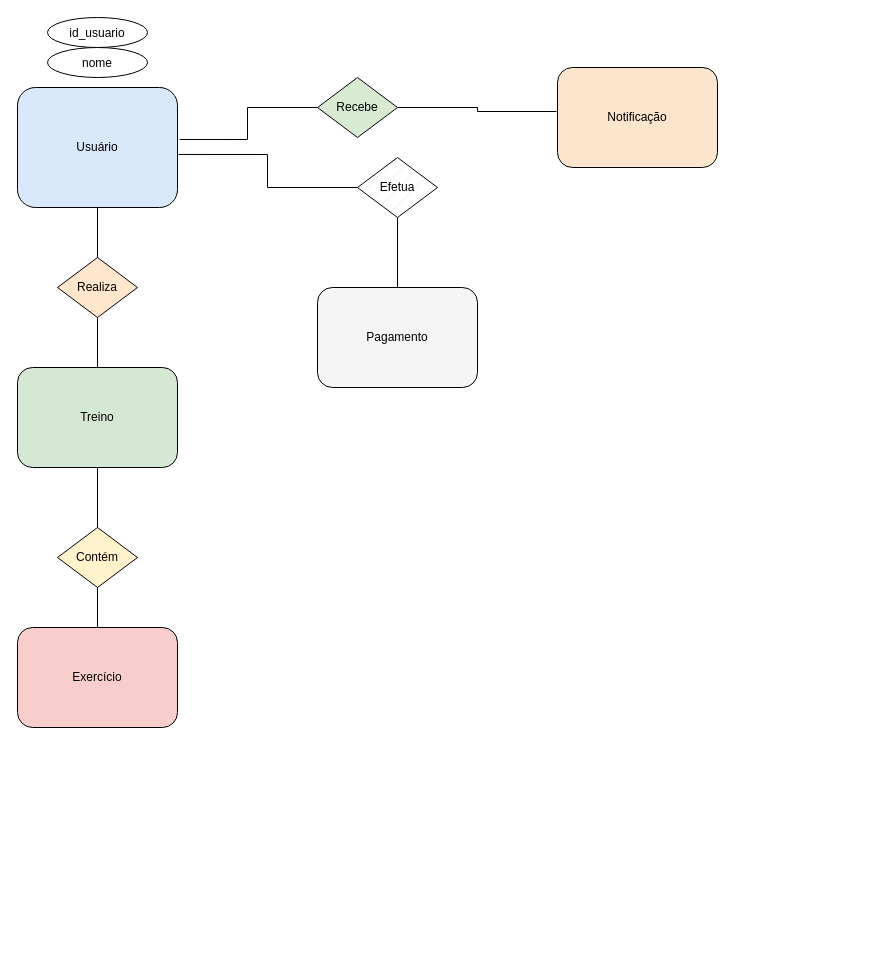
Earlier version of the draw.io diagram Banco de Dados/Projeto Final/tabela.drawio (c3l1nn23/Curso_Modulo_4). Source tidied: cells renumbered, new cells numbered last; positions are measured from the earlier drawing's top-left corner, leaving out a move shared by most shapes. Both pictures are drawn from the tidied source at 100%, with x=0, y=0 at pixel (17, 17).
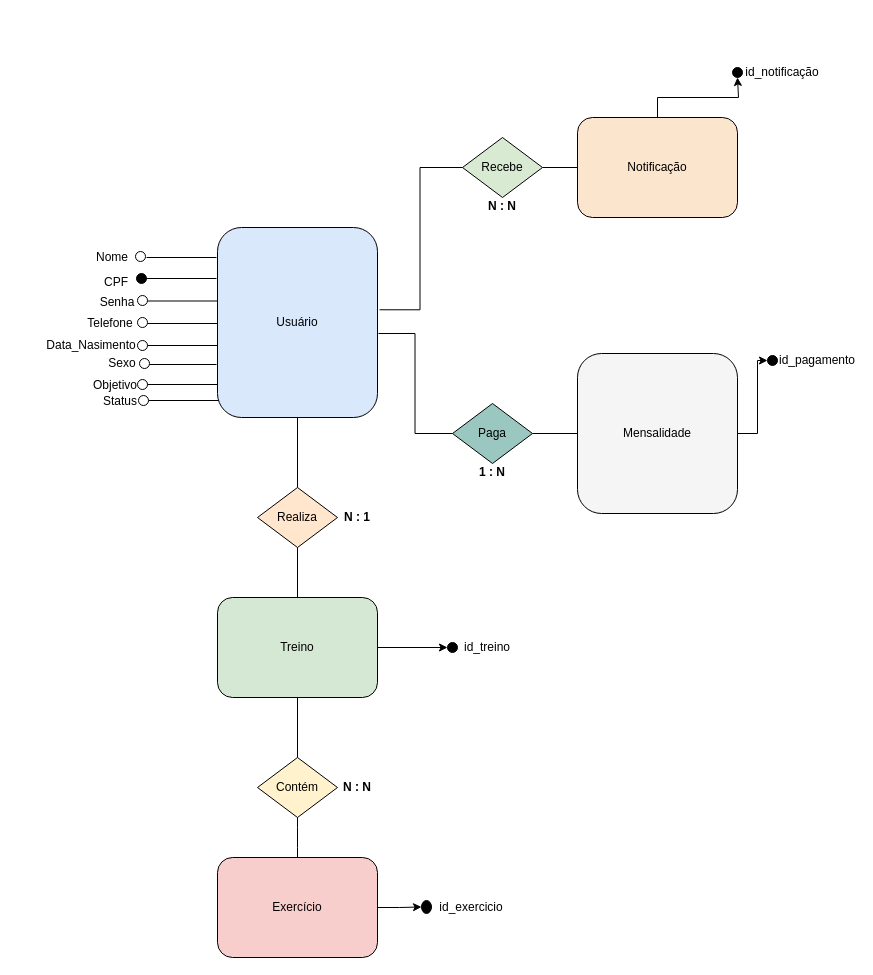
The same diagram, later.

The edit, as a diff of the source:
```diff
@@
     <mxCell id="2" value="Usuário" style="shape=rectangle;whiteSpace=wrap;rounded=1;fillColor=#dae8fc;" parent="1" vertex="1">
-      <mxGeometry y="70" width="160" height="120" as="geometry" />
+      <mxGeometry x="200" y="210" width="160" height="190" as="geometry" />
     </mxCell>
-    <mxCell id="3" value="id_usuario" style="ellipse;fillColor=#ffffff;" parent="1" vertex="1">
-      <mxGeometry x="30" width="100" height="30" as="geometry" />
-    </mxCell>
-    <mxCell id="4" value="nome" style="ellipse;fillColor=#ffffff;" parent="1" vertex="1">
-      <mxGeometry x="30" y="30" width="100" height="30" as="geometry" />
-    </mxCell>
     <mxCell id="5" value="Realiza" style="rhombus;whiteSpace=wrap;fillColor=#ffe6cc;" parent="1" vertex="1">
-      <mxGeometry x="40" y="240" width="80" height="60" as="geometry" />
+      <mxGeometry x="240" y="470" width="80" height="60" as="geometry" />
     </mxCell>
+    <mxCell id="21" style="edgeStyle=orthogonalEdgeStyle;rounded=0;jettySize=auto;html=1;entryX=0;entryY=0.5;entryDx=0;entryDy=0;fontFamily=Helvetica;fontSize=12;fontColor=default;" parent="1" edge="1" source="6" target="57">
+      <mxGeometry relative="1" as="geometry" />
+    </mxCell>
     <mxCell id="6" value="Treino" style="shape=rectangle;whiteSpace=wrap;rounded=1;fillColor=#d5e8d4;" parent="1" vertex="1">
-      <mxGeometry y="350" width="160" height="100" as="geometry" />
+      <mxGeometry x="200" y="580" width="160" height="100" as="geometry" />
     </mxCell>
     <mxCell id="7" value="Contém" style="rhombus;whiteSpace=wrap;fillColor=#fff2cc;" parent="1" vertex="1">
-      <mxGeometry x="40" y="510" width="80" height="60" as="geometry" />
+      <mxGeometry x="240" y="740" width="80" height="60" as="geometry" />
     </mxCell>
+    <mxCell id="22" style="edgeStyle=orthogonalEdgeStyle;rounded=0;jettySize=auto;html=1;entryX=0;entryY=0.5;entryDx=0;entryDy=0;fontFamily=Helvetica;fontSize=12;fontColor=default;" parent="1" edge="1" source="8" target="59">
+      <mxGeometry relative="1" as="geometry" />
+    </mxCell>
     <mxCell id="8" value="Exercício" style="shape=rectangle;whiteSpace=wrap;rounded=1;fillColor=#f8cecc;" parent="1" vertex="1">
-      <mxGeometry y="610" width="160" height="100" as="geometry" />
+      <mxGeometry x="200" y="840" width="160" height="100" as="geometry" />
     </mxCell>
+    <mxCell id="23" style="edgeStyle=orthogonalEdgeStyle;rounded=0;jettySize=auto;html=1;entryX=0;entryY=0.5;entryDx=0;entryDy=0;fontFamily=Helvetica;fontSize=12;fontColor=default;" parent="1" edge="1" source="9" target="55">
+      <mxGeometry relative="1" as="geometry" />
+    </mxCell>
-    <mxCell id="9" value="Pagamento" style="shape=rectangle;whiteSpace=wrap;rounded=1;fillColor=#f5f5f5;" parent="1" vertex="1">
-      <mxGeometry x="300" y="270" width="160" height="100" as="geometry" />
+    <mxCell id="9" value="Mensalidade" style="shape=rectangle;whiteSpace=wrap;rounded=1;fillColor=#f5f5f5;" parent="1" vertex="1">
+      <mxGeometry x="560" y="336" width="160" height="160" as="geometry" />
     </mxCell>
@@
-    <mxCell id="11" value="Efetua" style="rhombus;whiteSpace=wrap;fillColor=#e6f0ff;fillStyle=hatch;" parent="1" vertex="1">
-      <mxGeometry x="340" y="140" width="80" height="60" as="geometry" />
-    </mxCell>
+    <mxCell id="24" style="edgeStyle=orthogonalEdgeStyle;rounded=0;jettySize=auto;html=1;fontFamily=Helvetica;fontSize=12;fontColor=default;" parent="1" edge="1" source="12">
+      <mxGeometry relative="1" as="geometry">
+        <mxPoint x="720" y="60" as="targetPoint" />
+        <Array as="points">
+          <mxPoint x="640" y="80" />
+          <mxPoint x="721" y="80" />
+        </Array>
+      </mxGeometry>
+    </mxCell>
     <mxCell id="12" value="Notificação" style="shape=rectangle;whiteSpace=wrap;rounded=1;fillColor=#fce5cd;" parent="1" vertex="1">
-      <mxGeometry x="540" y="50" width="160" height="100" as="geometry" />
+      <mxGeometry x="560" y="100" width="160" height="100" as="geometry" />
     </mxCell>
+    <mxCell id="20" style="edgeStyle=orthogonalEdgeStyle;rounded=0;jettySize=auto;html=1;endArrow=none;endFill=0;" parent="1" edge="1" source="13" target="12">
+      <mxGeometry relative="1" as="geometry" />
+    </mxCell>
     <mxCell id="13" value="Recebe" style="rhombus;whiteSpace=wrap;fillColor=#d9ead3;" parent="1" vertex="1">
-      <mxGeometry x="300" y="60" width="80" height="60" as="geometry" />
+      <mxGeometry x="445" y="120" width="80" height="60" as="geometry" />
     </mxCell>
@@
-    <mxCell id="17" style="edgeStyle=orthogonalEdgeStyle;endArrow=none;endFill=0;" parent="1" edge="1" source="7" target="8">
-      <mxGeometry relative="1" as="geometry" />
+    <mxCell id="17" style="edgeStyle=orthogonalEdgeStyle;endArrow=none;endFill=0;" parent="1" edge="1" source="7">
+      <mxGeometry relative="1" as="geometry">
+        <mxPoint x="280" y="840" as="targetPoint" />
+      </mxGeometry>
     </mxCell>
@@
-    <mxCell id="20" style="endArrow=none;html=1;rounded=0;exitX=1;exitY=0.5;exitDx=0;exitDy=0;entryX=-0.006;entryY=0.44;entryDx=0;entryDy=0;entryPerimeter=0;edgeStyle=orthogonalEdgeStyle;" parent="1" edge="1" source="13" target="12">
-      <mxGeometry relative="1" as="geometry" />
-    </mxCell>
+    <mxCell id="25" value="&lt;b&gt;N : N&lt;/b&gt;" style="text;strokeColor=none;align=center;fillColor=none;html=1;verticalAlign=middle;whiteSpace=wrap;rounded=0;fontFamily=Helvetica;fontSize=12;fontColor=default;" parent="1" vertex="1">
+      <mxGeometry x="455" y="174" width="60" height="30" as="geometry" />
+    </mxCell>
+    <mxCell id="26" value="&lt;b&gt;1 : N&lt;/b&gt;" style="text;strokeColor=none;align=center;fillColor=none;html=1;verticalAlign=middle;whiteSpace=wrap;rounded=0;fontFamily=Helvetica;fontSize=12;fontColor=default;" parent="1" vertex="1">
+      <mxGeometry x="445" y="440" width="60" height="30" as="geometry" />
+    </mxCell>
+    <mxCell id="27" value="&lt;b&gt;N : 1&lt;/b&gt;" style="text;strokeColor=none;align=center;fillColor=none;html=1;verticalAlign=middle;whiteSpace=wrap;rounded=0;fontFamily=Helvetica;fontSize=12;fontColor=default;" parent="1" vertex="1">
+      <mxGeometry x="310" y="485" width="60" height="30" as="geometry" />
+    </mxCell>
+    <mxCell id="28" value="&lt;b&gt;N : N&lt;/b&gt;" style="text;strokeColor=none;align=center;fillColor=none;html=1;verticalAlign=middle;whiteSpace=wrap;rounded=0;fontFamily=Helvetica;fontSize=12;fontColor=default;" parent="1" vertex="1">
+      <mxGeometry x="310" y="755" width="60" height="30" as="geometry" />
+    </mxCell>
+    <mxCell id="11" value="Paga" style="rhombus;whiteSpace=wrap;fillStyle=solid;labelBackgroundColor=none;fillColor=light-dark(#9AC7BF,#EDEDED);" parent="1" vertex="1">
+      <mxGeometry x="435" y="386" width="80" height="60" as="geometry" />
+    </mxCell>
+    <mxCell id="29" style="endArrow=none;html=1;rounded=0;fontFamily=Helvetica;fontSize=12;fontColor=default;" parent="1" edge="1">
+      <mxGeometry relative="1" as="geometry">
+        <mxPoint x="129" y="240" as="sourcePoint" />
+        <mxPoint x="199" y="240" as="targetPoint" />
+      </mxGeometry>
+    </mxCell>
+    <mxCell id="30" style="ellipse;whiteSpace=wrap;html=1;rounded=1;strokeColor=default;align=center;verticalAlign=middle;fontFamily=Helvetica;fontSize=12;fontColor=default;fillColor=none;" parent="1" vertex="1">
+      <mxGeometry x="118" y="234" width="10" height="10" as="geometry" />
+    </mxCell>
+    <mxCell id="31" style="ellipse;whiteSpace=wrap;html=1;rounded=1;strokeColor=default;align=center;verticalAlign=middle;fontFamily=Helvetica;fontSize=12;fontColor=default;fillColor=#000000;" parent="1" vertex="1">
+      <mxGeometry x="119" y="256" width="10" height="10" as="geometry" />
+    </mxCell>
+    <mxCell id="32" value="Nome" style="text;strokeColor=none;align=center;fillColor=none;html=1;verticalAlign=middle;whiteSpace=wrap;rounded=0;fontFamily=Helvetica;fontSize=12;fontColor=default;" parent="1" vertex="1">
+      <mxGeometry x="70" y="230" width="50" height="20" as="geometry" />
+    </mxCell>
+    <mxCell id="33" style="endArrow=none;html=1;rounded=0;fontFamily=Helvetica;fontSize=12;fontColor=default;" parent="1" edge="1">
+      <mxGeometry relative="1" as="geometry">
+        <mxPoint x="129" y="261" as="sourcePoint" />
+        <mxPoint x="199" y="261" as="targetPoint" />
+      </mxGeometry>
+    </mxCell>
+    <mxCell id="34" value="CPF" style="text;strokeColor=none;align=center;fillColor=none;html=1;verticalAlign=middle;whiteSpace=wrap;rounded=0;fontFamily=Helvetica;fontSize=12;fontColor=default;" parent="1" vertex="1">
+      <mxGeometry x="84" y="255" width="30" height="20" as="geometry" />
+    </mxCell>
+    <mxCell id="35" style="endArrow=none;html=1;rounded=0;fontFamily=Helvetica;fontSize=12;fontColor=default;" parent="1" edge="1">
+      <mxGeometry relative="1" as="geometry">
+        <mxPoint x="130" y="283.5" as="sourcePoint" />
+        <mxPoint x="200" y="283.5" as="targetPoint" />
+      </mxGeometry>
+    </mxCell>
+    <mxCell id="36" style="ellipse;whiteSpace=wrap;html=1;rounded=1;strokeColor=default;align=center;verticalAlign=middle;fontFamily=Helvetica;fontSize=12;fontColor=default;fillColor=none;" parent="1" vertex="1">
+      <mxGeometry x="120" y="278" width="10" height="10" as="geometry" />
+    </mxCell>
+    <mxCell id="37" value="Senha" style="text;strokeColor=none;align=center;fillColor=none;html=1;verticalAlign=middle;whiteSpace=wrap;rounded=0;fontFamily=Helvetica;fontSize=12;fontColor=default;" parent="1" vertex="1">
+      <mxGeometry x="70" y="270" width="60" height="30" as="geometry" />
+    </mxCell>
+    <mxCell id="38" style="endArrow=none;html=1;rounded=0;fontFamily=Helvetica;fontSize=12;fontColor=default;" parent="1" edge="1">
+      <mxGeometry relative="1" as="geometry">
+        <mxPoint x="130" y="306" as="sourcePoint" />
+        <mxPoint x="200" y="306" as="targetPoint" />
+      </mxGeometry>
+    </mxCell>
+    <mxCell id="39" style="ellipse;whiteSpace=wrap;html=1;rounded=1;strokeColor=default;align=center;verticalAlign=middle;fontFamily=Helvetica;fontSize=12;fontColor=default;fillColor=none;" parent="1" vertex="1">
+      <mxGeometry x="120" y="300" width="10" height="10" as="geometry" />
+    </mxCell>
+    <mxCell id="40" value="Telefone" style="text;strokeColor=none;align=center;fillColor=none;html=1;verticalAlign=middle;whiteSpace=wrap;rounded=0;fontFamily=Helvetica;fontSize=12;fontColor=default;" parent="1" vertex="1">
+      <mxGeometry x="63" y="291" width="60" height="30" as="geometry" />
+    </mxCell>
+    <mxCell id="41" value="Data_Nasimento" style="text;strokeColor=none;align=center;fillColor=none;html=1;verticalAlign=middle;whiteSpace=wrap;rounded=0;fontFamily=Helvetica;fontSize=12;fontColor=default;" parent="1" vertex="1">
+      <mxGeometry x="44" y="313" width="60" height="30" as="geometry" />
+    </mxCell>
+    <mxCell id="42" style="endArrow=none;html=1;rounded=0;fontFamily=Helvetica;fontSize=12;fontColor=default;" parent="1" edge="1">
+      <mxGeometry relative="1" as="geometry">
+        <mxPoint x="130" y="328" as="sourcePoint" />
+        <mxPoint x="200" y="328" as="targetPoint" />
+      </mxGeometry>
+    </mxCell>
+    <mxCell id="43" style="ellipse;whiteSpace=wrap;html=1;rounded=1;strokeColor=default;align=center;verticalAlign=middle;fontFamily=Helvetica;fontSize=12;fontColor=default;fillColor=none;" parent="1" vertex="1">
+      <mxGeometry x="120" y="323" width="10" height="10" as="geometry" />
+    </mxCell>
+    <mxCell id="44" style="ellipse;whiteSpace=wrap;html=1;rounded=1;strokeColor=default;align=center;verticalAlign=middle;fontFamily=Helvetica;fontSize=12;fontColor=default;fillColor=none;" parent="1" vertex="1">
+      <mxGeometry x="121" y="378" width="10" height="10" as="geometry" />
+    </mxCell>
+    <mxCell id="45" style="ellipse;whiteSpace=wrap;html=1;rounded=1;strokeColor=default;align=center;verticalAlign=middle;fontFamily=Helvetica;fontSize=12;fontColor=default;fillColor=none;" parent="1" vertex="1">
+      <mxGeometry x="122" y="341" width="10" height="10" as="geometry" />
+    </mxCell>
+    <mxCell id="46" style="ellipse;whiteSpace=wrap;html=1;rounded=1;strokeColor=default;align=center;verticalAlign=middle;fontFamily=Helvetica;fontSize=12;fontColor=default;fillColor=none;" parent="1" vertex="1">
+      <mxGeometry x="120" y="362" width="10" height="10" as="geometry" />
+    </mxCell>
+    <mxCell id="47" style="endArrow=none;html=1;rounded=0;fontFamily=Helvetica;fontSize=12;fontColor=default;" parent="1" edge="1">
+      <mxGeometry relative="1" as="geometry">
+        <mxPoint x="132" y="347" as="sourcePoint" />
+        <mxPoint x="199" y="347" as="targetPoint" />
+      </mxGeometry>
+    </mxCell>
+    <mxCell id="48" style="endArrow=none;html=1;rounded=0;fontFamily=Helvetica;fontSize=12;fontColor=default;" parent="1" edge="1">
+      <mxGeometry relative="1" as="geometry">
+        <mxPoint x="130" y="367" as="sourcePoint" />
+        <mxPoint x="200" y="367" as="targetPoint" />
+      </mxGeometry>
+    </mxCell>
+    <mxCell id="49" style="endArrow=none;html=1;rounded=0;fontFamily=Helvetica;fontSize=12;fontColor=default;" parent="1" edge="1">
+      <mxGeometry relative="1" as="geometry">
+        <mxPoint x="131" y="383" as="sourcePoint" />
+        <mxPoint x="201" y="383" as="targetPoint" />
+      </mxGeometry>
+    </mxCell>
+    <mxCell id="50" value="Sexo" style="text;strokeColor=none;align=center;fillColor=none;html=1;verticalAlign=middle;whiteSpace=wrap;rounded=0;fontFamily=Helvetica;fontSize=12;fontColor=default;" parent="1" vertex="1">
+      <mxGeometry x="85" y="336" width="40" height="20" as="geometry" />
+    </mxCell>
+    <mxCell id="51" value="Objetivo" style="text;strokeColor=none;align=center;fillColor=none;html=1;verticalAlign=middle;whiteSpace=wrap;rounded=0;fontFamily=Helvetica;fontSize=12;fontColor=default;" parent="1" vertex="1">
+      <mxGeometry x="78" y="358" width="40" height="20" as="geometry" />
+    </mxCell>
+    <mxCell id="52" value="Status" style="text;strokeColor=none;align=center;fillColor=none;html=1;verticalAlign=middle;whiteSpace=wrap;rounded=0;fontFamily=Helvetica;fontSize=12;fontColor=default;" parent="1" vertex="1">
+      <mxGeometry x="83" y="374" width="40" height="20" as="geometry" />
+    </mxCell>
+    <mxCell id="53" style="ellipse;whiteSpace=wrap;html=1;rounded=1;strokeColor=default;align=center;verticalAlign=middle;fontFamily=Helvetica;fontSize=12;fontColor=default;fillColor=#000000;" parent="1" vertex="1">
+      <mxGeometry x="715" y="50" width="10" height="10" as="geometry" />
+    </mxCell>
+    <mxCell id="54" value="id_notificação" style="text;strokeColor=none;align=center;fillColor=none;html=1;verticalAlign=middle;whiteSpace=wrap;rounded=0;fontFamily=Helvetica;fontSize=12;fontColor=default;" parent="1" vertex="1">
+      <mxGeometry x="750" y="45" width="30" height="20" as="geometry" />
+    </mxCell>
+    <mxCell id="55" style="ellipse;whiteSpace=wrap;html=1;rounded=1;strokeColor=default;align=center;verticalAlign=middle;fontFamily=Helvetica;fontSize=12;fontColor=default;fillColor=#000000;" parent="1" vertex="1">
+      <mxGeometry x="750" y="338" width="10" height="10" as="geometry" />
+    </mxCell>
+    <mxCell id="56" value="id_pagamento&lt;div&gt;&lt;br&gt;&lt;/div&gt;" style="text;strokeColor=none;align=center;fillColor=none;html=1;verticalAlign=middle;whiteSpace=wrap;rounded=0;fontFamily=Helvetica;fontSize=12;fontColor=default;" parent="1" vertex="1">
+      <mxGeometry x="785" y="340" width="30" height="20" as="geometry" />
+    </mxCell>
+    <mxCell id="57" style="ellipse;whiteSpace=wrap;html=1;rounded=1;strokeColor=default;align=center;verticalAlign=middle;fontFamily=Helvetica;fontSize=12;fontColor=default;fillColor=#000000;" parent="1" vertex="1">
+      <mxGeometry x="430" y="625" width="10" height="10" as="geometry" />
+    </mxCell>
+    <mxCell id="58" value="id_treino" style="text;strokeColor=none;align=center;fillColor=none;html=1;verticalAlign=middle;whiteSpace=wrap;rounded=0;fontFamily=Helvetica;fontSize=12;fontColor=default;" parent="1" vertex="1">
+      <mxGeometry x="455" y="620" width="30" height="20" as="geometry" />
+    </mxCell>
+    <mxCell id="59" style="ellipse;whiteSpace=wrap;html=1;rounded=1;strokeColor=default;align=center;verticalAlign=middle;fontFamily=Helvetica;fontSize=12;fontColor=default;fillColor=#000000;" parent="1" vertex="1">
+      <mxGeometry x="404" y="883" width="10" height="13" as="geometry" />
+    </mxCell>
+    <mxCell id="60" value="id_exercicio&lt;br&gt;&lt;div&gt;&lt;br&gt;&lt;/div&gt;" style="text;strokeColor=none;align=center;fillColor=none;html=1;verticalAlign=middle;whiteSpace=wrap;rounded=0;fontFamily=Helvetica;fontSize=12;fontColor=default;" parent="1" vertex="1">
+      <mxGeometry x="439" y="885" width="30" height="23" as="geometry" />
+    </mxCell>
```
